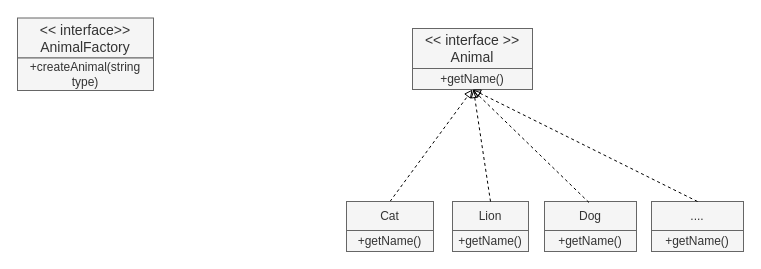
quoctrung163/diagram keeps this draw.io diagram as Untitled Diagram.drawio. Above is the earlier version. Source tidied: cells renumbered, new cells numbered last; positions are measured from the earlier drawing's top-left corner, leaving out a move shared by most shapes. Both pictures are drawn from the tidied source at 100%, with x=0, y=0 at pixel (17, 18).
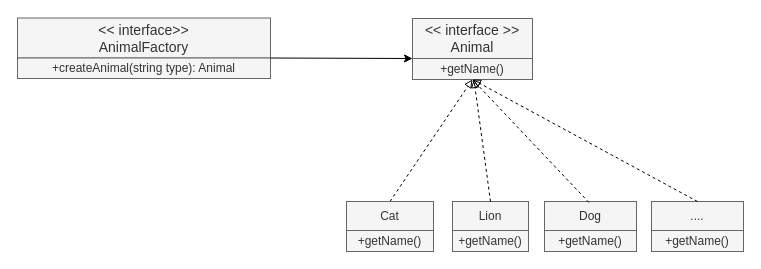
The same diagram, later.

Change to the diagram source:
```diff
@@
 <mxGraphModel>
   <root>
     <mxCell id="0" />
     <mxCell id="1" parent="0" />
     <mxCell id="2" value="&lt;font style=&quot;font-size: 14px&quot;&gt;&amp;lt;&amp;lt; interface &amp;gt;&amp;gt;&lt;br&gt;Animal&lt;/font&gt;" style="rounded=0;whiteSpace=wrap;html=1;fillColor=#f5f5f5;strokeColor=#666666;fontColor=#333333;" parent="1" vertex="1">
-      <mxGeometry x="395" y="10" width="120" height="40" as="geometry" />
+      <mxGeometry x="395" width="120" height="40" as="geometry" />
     </mxCell>
     <mxCell id="3" style="endArrow=block;html=1;rounded=1;dashed=1;endFill=0;exitX=0.5;exitY=0;exitDx=0;exitDy=0;entryX=0.5;entryY=1;entryDx=0;entryDy=0;jumpStyle=none;startSize=10;fontSize=11;labelBorderColor=none;" parent="1" edge="1" source="4" target="5">
       <mxGeometry relative="1" as="geometry" />
     </mxCell>
     <mxCell id="4" value="Cat" style="rounded=0;whiteSpace=wrap;html=1;fillColor=#f5f5f5;strokeColor=#666666;fontColor=#333333;" parent="1" vertex="1">
       <mxGeometry x="329" y="183" width="87" height="29" as="geometry" />
     </mxCell>
     <mxCell id="5" value="+getName()" style="rounded=0;whiteSpace=wrap;html=1;fillColor=#f5f5f5;strokeColor=#666666;fontColor=#333333;" parent="1" vertex="1">
-      <mxGeometry x="395" y="50" width="120" height="21" as="geometry" />
+      <mxGeometry x="395" y="40" width="120" height="21" as="geometry" />
     </mxCell>
     <mxCell id="6" value="+getName()" style="rounded=0;whiteSpace=wrap;html=1;fillColor=#f5f5f5;strokeColor=#666666;fontColor=#333333;" parent="1" vertex="1">
       <mxGeometry x="329" y="212" width="87" height="21" as="geometry" />
     </mxCell>
     <mxCell id="7" value="Lion" style="rounded=0;whiteSpace=wrap;html=1;fillColor=#f5f5f5;strokeColor=#666666;fontColor=#333333;" parent="1" vertex="1">
       <mxGeometry x="435" y="183" width="76" height="29" as="geometry" />
     </mxCell>
     <mxCell id="8" value="+getName()" style="rounded=0;whiteSpace=wrap;html=1;fillColor=#f5f5f5;strokeColor=#666666;fontColor=#333333;" parent="1" vertex="1">
       <mxGeometry x="435" y="212" width="76" height="21" as="geometry" />
     </mxCell>
-    <mxCell id="9" style="endArrow=block;html=1;rounded=1;dashed=1;endFill=0;jumpStyle=none;startSize=10;exitX=0.5;exitY=0;exitDx=0;exitDy=0;" parent="1" edge="1" source="7">
-      <mxGeometry relative="1" as="geometry">
-        <mxPoint x="456" y="71" as="targetPoint" />
-      </mxGeometry>
+    <mxCell id="9" style="endArrow=block;html=1;rounded=1;dashed=1;endFill=0;jumpStyle=none;startSize=10;exitX=0.5;exitY=0;exitDx=0;exitDy=0;" parent="1" edge="1" source="7" target="5">
+      <mxGeometry relative="1" as="geometry" />
     </mxCell>
     <mxCell id="10" value="Dog" style="rounded=0;whiteSpace=wrap;html=1;fillColor=#f5f5f5;strokeColor=#666666;fontColor=#333333;" parent="1" vertex="1">
       <mxGeometry x="527" y="183" width="92" height="29" as="geometry" />
     </mxCell>
     <mxCell id="11" value="+getName()" style="rounded=0;whiteSpace=wrap;html=1;fillColor=#f5f5f5;strokeColor=#666666;fontColor=#333333;" parent="1" vertex="1">
       <mxGeometry x="527" y="212" width="92" height="21" as="geometry" />
     </mxCell>
     <mxCell id="12" style="endArrow=block;html=1;rounded=1;dashed=1;endFill=0;jumpStyle=none;startSize=10;entryX=0.5;entryY=1;entryDx=0;entryDy=0;exitX=0.483;exitY=0.034;exitDx=0;exitDy=0;exitPerimeter=0;" parent="1" edge="1" source="10" target="5">
       <mxGeometry relative="1" as="geometry" />
     </mxCell>
     <mxCell id="13" value="&lt;font style=&quot;font-size: 14px&quot;&gt;&amp;lt;&amp;lt; interface&amp;gt;&amp;gt;&lt;br&gt;AnimalFactory&lt;/font&gt;" style="rounded=0;whiteSpace=wrap;html=1;fillColor=#f5f5f5;strokeColor=#666666;fontColor=#333333;" parent="1" vertex="1">
-      <mxGeometry y="-0.5" width="136" height="40" as="geometry" />
+      <mxGeometry y="-0.5" width="253" height="40" as="geometry" />
     </mxCell>
-    <mxCell id="14" value="+createAnimal(string type)" style="rounded=0;whiteSpace=wrap;html=1;fillColor=#f5f5f5;strokeColor=#666666;fontColor=#333333;" parent="1" vertex="1">
-      <mxGeometry y="39.5" width="136" height="32.5" as="geometry" />
+    <mxCell id="14" value="+createAnimal(string type): Animal" style="rounded=0;whiteSpace=wrap;html=1;fillColor=#f5f5f5;strokeColor=#666666;fontColor=#333333;" parent="1" vertex="1">
+      <mxGeometry y="39.5" width="253" height="20.5" as="geometry" />
     </mxCell>
     <mxCell id="15" value="...." style="rounded=0;whiteSpace=wrap;html=1;fillColor=#f5f5f5;strokeColor=#666666;fontColor=#333333;" parent="1" vertex="1">
       <mxGeometry x="634" y="183" width="92" height="29" as="geometry" />
     </mxCell>
     <mxCell id="16" value="+getName()" style="rounded=0;whiteSpace=wrap;html=1;fillColor=#f5f5f5;strokeColor=#666666;fontColor=#333333;" parent="1" vertex="1">
       <mxGeometry x="634" y="212" width="92" height="21" as="geometry" />
     </mxCell>
     <mxCell id="17" style="endArrow=block;html=1;rounded=1;dashed=1;endFill=0;jumpStyle=none;startSize=10;entryX=0.5;entryY=1;entryDx=0;entryDy=0;exitX=0.5;exitY=0;exitDx=0;exitDy=0;" parent="1" edge="1" source="15" target="5">
       <mxGeometry relative="1" as="geometry" />
     </mxCell>
+    <mxCell id="18" style="endArrow=classic;html=1;strokeWidth=1;fontSize=11;exitX=1;exitY=1;exitDx=0;exitDy=0;entryX=0;entryY=0;entryDx=0;entryDy=0;" parent="1" edge="1" source="13" target="5">
+      <mxGeometry relative="1" as="geometry" />
+    </mxCell>
   </root>
 </mxGraphModel>
```
